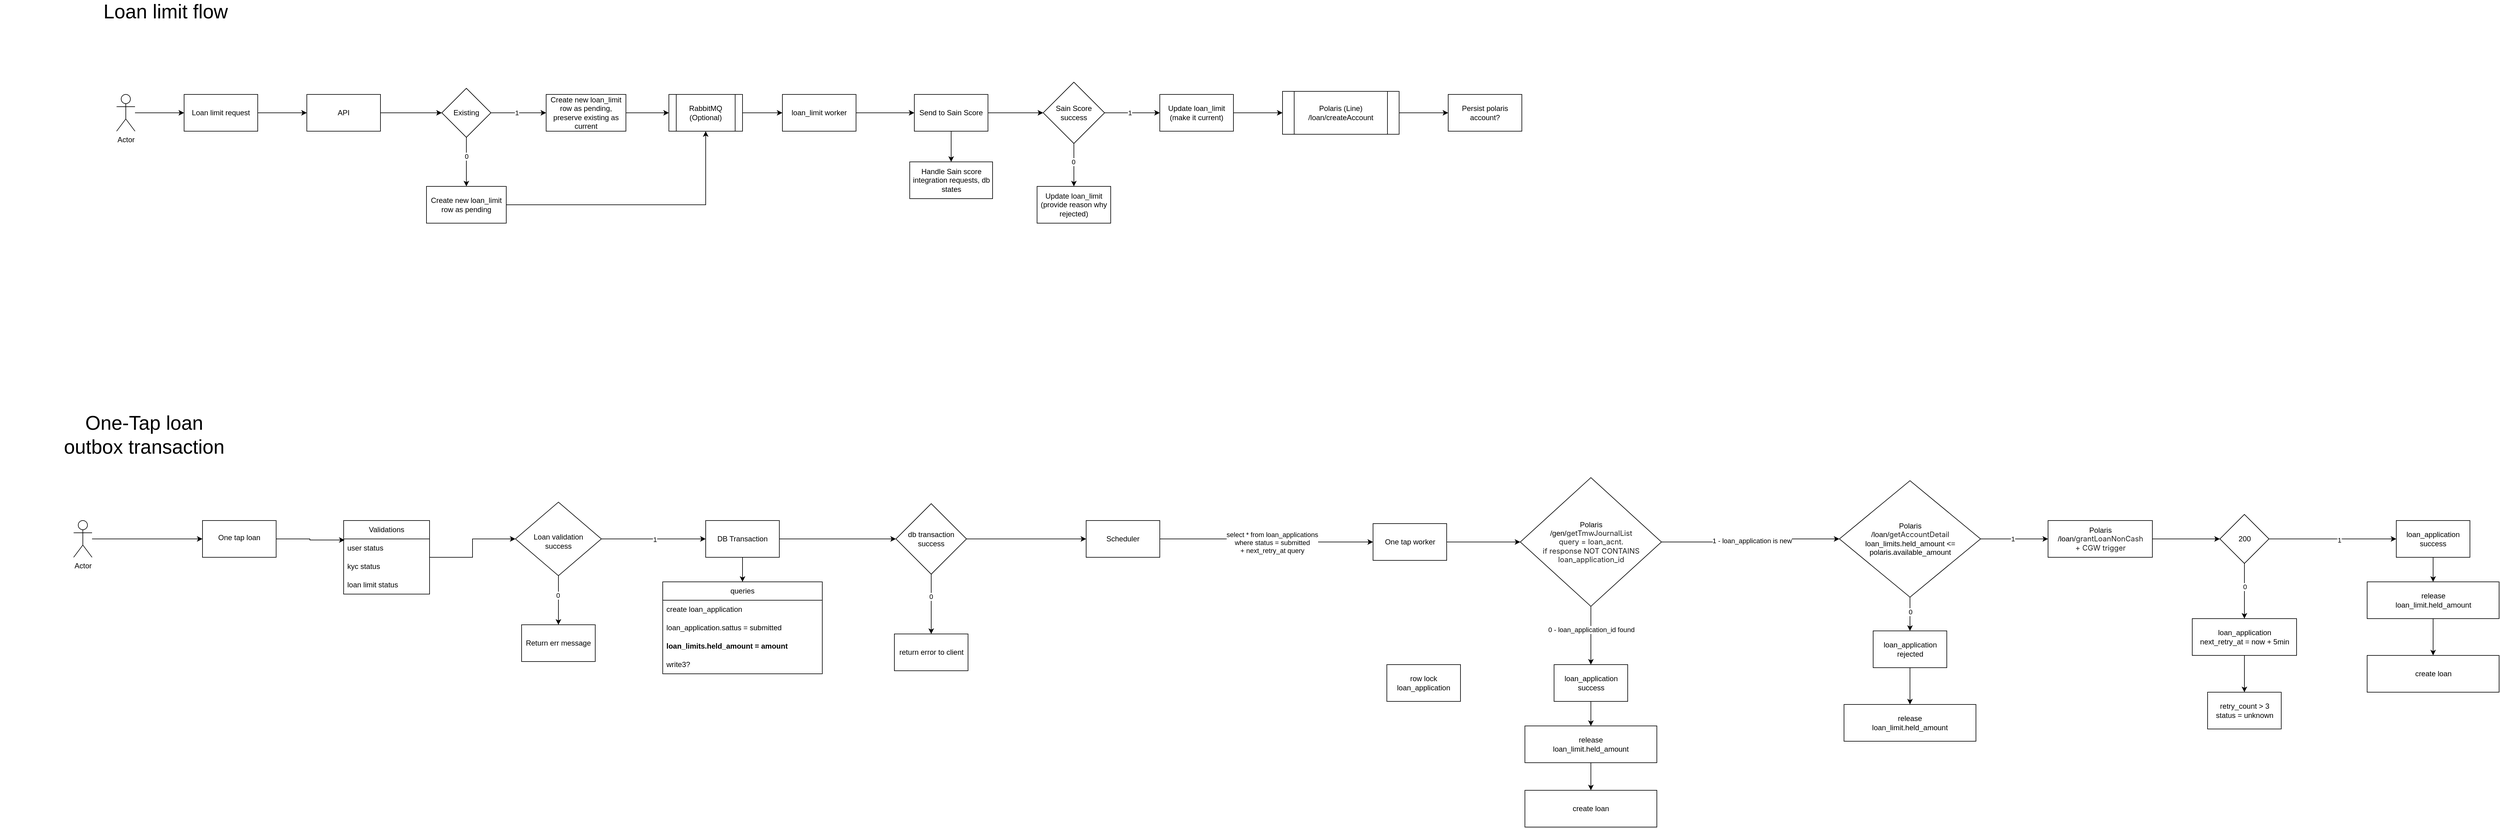
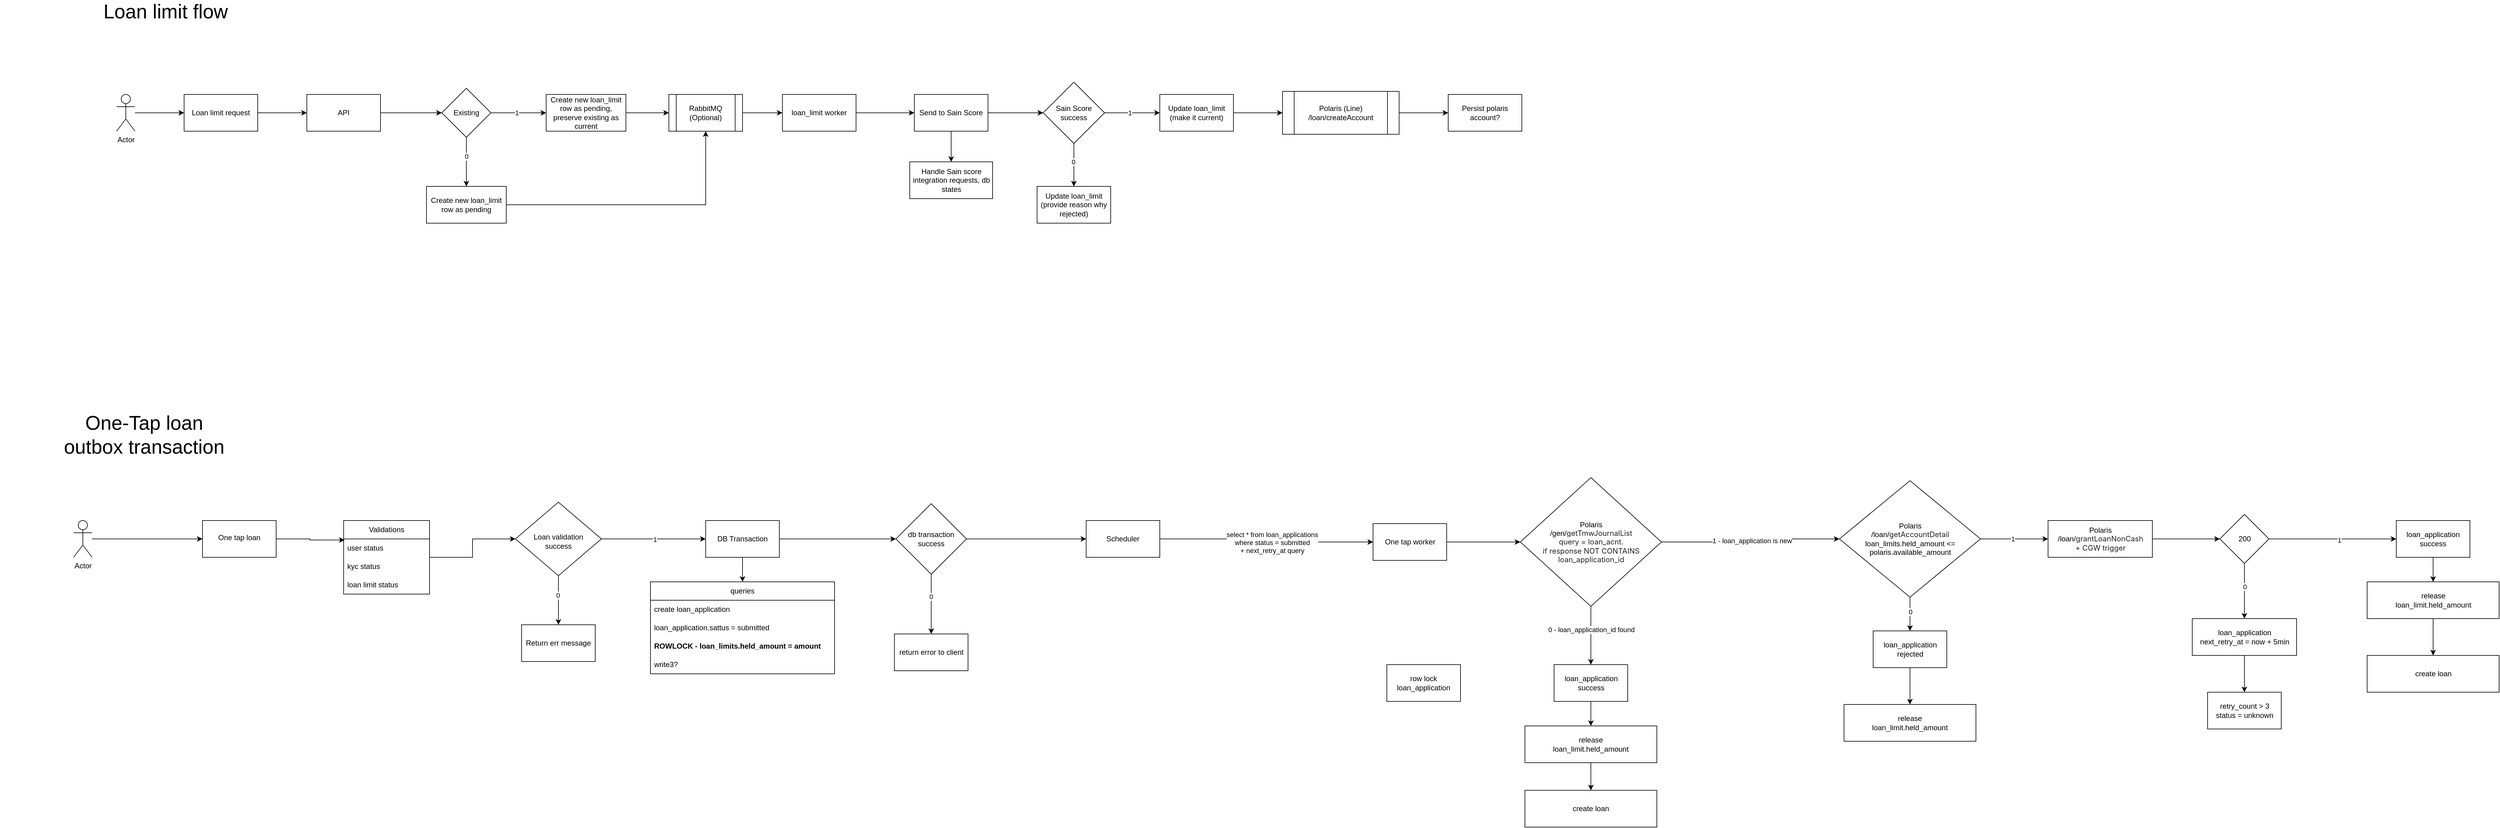
<mxfile host="app.diagrams.net">
  <diagram name="Page-1" id="VCBSuIh8bz7kurrQ0Zaz">
-     <mxGraphModel dx="2067" dy="712" grid="1" gridSize="10" guides="1" tooltips="1" connect="1" arrows="1" fold="1" page="1" pageScale="1" pageWidth="850" pageHeight="1100" math="0" shadow="0">
+     <mxGraphModel dx="1662" dy="475" grid="1" gridSize="10" guides="1" tooltips="1" connect="1" arrows="1" fold="1" page="1" pageScale="1" pageWidth="850" pageHeight="1100" math="0" shadow="0">
      <root>
        <mxCell id="0" />
        <mxCell id="1" parent="0" />
        <mxCell id="KqixbsF9o6dLofBvsG9t-5" edge="1" parent="1" source="KqixbsF9o6dLofBvsG9t-1" style="edgeStyle=orthogonalEdgeStyle;rounded=0;orthogonalLoop=1;jettySize=auto;html=1;" target="KqixbsF9o6dLofBvsG9t-4" value="">
          <mxGeometry relative="1" as="geometry" />
        </mxCell>
        <mxCell id="KqixbsF9o6dLofBvsG9t-1" parent="1" style="rounded=0;whiteSpace=wrap;html=1;" value="Loan limit request" vertex="1">
          <mxGeometry height="60" width="120" x="150" y="210" as="geometry" />
        </mxCell>
        <mxCell id="KqixbsF9o6dLofBvsG9t-3" edge="1" parent="1" source="KqixbsF9o6dLofBvsG9t-2" style="edgeStyle=orthogonalEdgeStyle;rounded=0;orthogonalLoop=1;jettySize=auto;html=1;" target="KqixbsF9o6dLofBvsG9t-1" value="">
          <mxGeometry relative="1" as="geometry" />
        </mxCell>
        <mxCell id="KqixbsF9o6dLofBvsG9t-2" parent="1" style="shape=umlActor;verticalLabelPosition=bottom;verticalAlign=top;html=1;outlineConnect=0;" value="Actor" vertex="1">
          <mxGeometry height="60" width="30" x="40" y="210" as="geometry" />
        </mxCell>
        <mxCell id="KqixbsF9o6dLofBvsG9t-9" edge="1" parent="1" source="KqixbsF9o6dLofBvsG9t-4" style="edgeStyle=orthogonalEdgeStyle;rounded=0;orthogonalLoop=1;jettySize=auto;html=1;" target="KqixbsF9o6dLofBvsG9t-8" value="">
          <mxGeometry relative="1" as="geometry" />
        </mxCell>
        <mxCell id="KqixbsF9o6dLofBvsG9t-4" parent="1" style="rounded=0;whiteSpace=wrap;html=1;" value="API" vertex="1">
          <mxGeometry height="60" width="120" x="350" y="210" as="geometry" />
        </mxCell>
        <mxCell id="KqixbsF9o6dLofBvsG9t-11" edge="1" parent="1" source="KqixbsF9o6dLofBvsG9t-8" style="edgeStyle=orthogonalEdgeStyle;rounded=0;orthogonalLoop=1;jettySize=auto;html=1;" target="KqixbsF9o6dLofBvsG9t-10" value="">
          <mxGeometry relative="1" as="geometry" />
        </mxCell>
        <mxCell id="KqixbsF9o6dLofBvsG9t-12" connectable="0" parent="KqixbsF9o6dLofBvsG9t-11" style="edgeLabel;html=1;align=center;verticalAlign=middle;resizable=0;points=[];" value="1" vertex="1">
          <mxGeometry relative="1" x="-0.079" as="geometry">
            <mxPoint as="offset" />
          </mxGeometry>
        </mxCell>
        <mxCell id="KqixbsF9o6dLofBvsG9t-14" edge="1" parent="1" source="KqixbsF9o6dLofBvsG9t-8" style="edgeStyle=orthogonalEdgeStyle;rounded=0;orthogonalLoop=1;jettySize=auto;html=1;" target="KqixbsF9o6dLofBvsG9t-13" value="">
          <mxGeometry relative="1" as="geometry" />
        </mxCell>
        <mxCell id="KqixbsF9o6dLofBvsG9t-15" connectable="0" parent="KqixbsF9o6dLofBvsG9t-14" style="edgeLabel;html=1;align=center;verticalAlign=middle;resizable=0;points=[];" value="0" vertex="1">
          <mxGeometry relative="1" x="-0.2407" as="geometry">
            <mxPoint as="offset" />
          </mxGeometry>
        </mxCell>
        <mxCell id="KqixbsF9o6dLofBvsG9t-8" parent="1" style="rhombus;whiteSpace=wrap;html=1;rounded=0;" value="Existing" vertex="1">
          <mxGeometry height="80" width="80" x="570" y="200" as="geometry" />
        </mxCell>
        <mxCell id="KqixbsF9o6dLofBvsG9t-23" edge="1" parent="1" source="KqixbsF9o6dLofBvsG9t-10" style="edgeStyle=orthogonalEdgeStyle;rounded=0;orthogonalLoop=1;jettySize=auto;html=1;" target="KqixbsF9o6dLofBvsG9t-22" value="">
          <mxGeometry relative="1" as="geometry" />
        </mxCell>
        <mxCell id="KqixbsF9o6dLofBvsG9t-10" parent="1" style="whiteSpace=wrap;html=1;rounded=0;" value="Create new loan_limit row as pending, preserve existing as current" vertex="1">
          <mxGeometry height="60" width="130" x="740" y="210" as="geometry" />
        </mxCell>
        <mxCell id="KqixbsF9o6dLofBvsG9t-26" edge="1" parent="1" source="KqixbsF9o6dLofBvsG9t-13" style="edgeStyle=orthogonalEdgeStyle;rounded=0;orthogonalLoop=1;jettySize=auto;html=1;entryX=0.5;entryY=1;entryDx=0;entryDy=0;" target="KqixbsF9o6dLofBvsG9t-22">
          <mxGeometry relative="1" as="geometry" />
        </mxCell>
        <mxCell id="KqixbsF9o6dLofBvsG9t-13" parent="1" style="whiteSpace=wrap;html=1;rounded=0;" value="Create new loan_limit row as pending" vertex="1">
          <mxGeometry height="60" width="130" x="545" y="360" as="geometry" />
        </mxCell>
        <mxCell id="KqixbsF9o6dLofBvsG9t-25" edge="1" parent="1" source="KqixbsF9o6dLofBvsG9t-22" style="edgeStyle=orthogonalEdgeStyle;rounded=0;orthogonalLoop=1;jettySize=auto;html=1;" target="KqixbsF9o6dLofBvsG9t-24" value="">
          <mxGeometry relative="1" as="geometry" />
        </mxCell>
        <mxCell id="KqixbsF9o6dLofBvsG9t-22" parent="1" style="shape=process;whiteSpace=wrap;html=1;backgroundOutline=1;rounded=0;" value="RabbitMQ (Optional)" vertex="1">
          <mxGeometry height="60" width="120" x="940" y="210" as="geometry" />
        </mxCell>
        <mxCell id="KqixbsF9o6dLofBvsG9t-28" edge="1" parent="1" source="KqixbsF9o6dLofBvsG9t-24" style="edgeStyle=orthogonalEdgeStyle;rounded=0;orthogonalLoop=1;jettySize=auto;html=1;" target="KqixbsF9o6dLofBvsG9t-27" value="">
          <mxGeometry relative="1" as="geometry" />
        </mxCell>
        <mxCell id="KqixbsF9o6dLofBvsG9t-24" parent="1" style="whiteSpace=wrap;html=1;rounded=0;" value="loan_limit worker" vertex="1">
          <mxGeometry height="60" width="120" x="1125" y="210" as="geometry" />
        </mxCell>
        <mxCell id="KqixbsF9o6dLofBvsG9t-30" edge="1" parent="1" source="KqixbsF9o6dLofBvsG9t-27" style="edgeStyle=orthogonalEdgeStyle;rounded=0;orthogonalLoop=1;jettySize=auto;html=1;" target="KqixbsF9o6dLofBvsG9t-29" value="">
          <mxGeometry relative="1" as="geometry" />
        </mxCell>
        <mxCell id="KqixbsF9o6dLofBvsG9t-38" edge="1" parent="1" source="KqixbsF9o6dLofBvsG9t-27" style="edgeStyle=orthogonalEdgeStyle;rounded=0;orthogonalLoop=1;jettySize=auto;html=1;" target="KqixbsF9o6dLofBvsG9t-37" value="">
          <mxGeometry relative="1" as="geometry" />
        </mxCell>
        <mxCell id="KqixbsF9o6dLofBvsG9t-27" parent="1" style="whiteSpace=wrap;html=1;rounded=0;" value="Send to Sain Score" vertex="1">
          <mxGeometry height="60" width="120" x="1340" y="210" as="geometry" />
        </mxCell>
        <mxCell id="KqixbsF9o6dLofBvsG9t-32" edge="1" parent="1" source="KqixbsF9o6dLofBvsG9t-29" style="edgeStyle=orthogonalEdgeStyle;rounded=0;orthogonalLoop=1;jettySize=auto;html=1;" target="KqixbsF9o6dLofBvsG9t-31" value="">
          <mxGeometry relative="1" as="geometry" />
        </mxCell>
        <mxCell id="KqixbsF9o6dLofBvsG9t-33" connectable="0" parent="KqixbsF9o6dLofBvsG9t-32" style="edgeLabel;html=1;align=center;verticalAlign=middle;resizable=0;points=[];" value="1" vertex="1">
          <mxGeometry relative="1" x="-0.1048" as="geometry">
            <mxPoint as="offset" />
          </mxGeometry>
        </mxCell>
        <mxCell id="KqixbsF9o6dLofBvsG9t-35" edge="1" parent="1" source="KqixbsF9o6dLofBvsG9t-29" style="edgeStyle=orthogonalEdgeStyle;rounded=0;orthogonalLoop=1;jettySize=auto;html=1;" target="KqixbsF9o6dLofBvsG9t-34" value="">
          <mxGeometry relative="1" as="geometry" />
        </mxCell>
        <mxCell id="KqixbsF9o6dLofBvsG9t-36" connectable="0" parent="KqixbsF9o6dLofBvsG9t-35" style="edgeLabel;html=1;align=center;verticalAlign=middle;resizable=0;points=[];" value="0" vertex="1">
          <mxGeometry relative="1" x="-0.1429" y="-1" as="geometry">
            <mxPoint as="offset" />
          </mxGeometry>
        </mxCell>
        <mxCell id="KqixbsF9o6dLofBvsG9t-29" parent="1" style="rhombus;whiteSpace=wrap;html=1;rounded=0;" value="Sain Score success" vertex="1">
          <mxGeometry height="100" width="100" x="1550" y="190" as="geometry" />
        </mxCell>
        <mxCell id="KqixbsF9o6dLofBvsG9t-66" edge="1" parent="1" source="KqixbsF9o6dLofBvsG9t-31" style="edgeStyle=orthogonalEdgeStyle;rounded=0;orthogonalLoop=1;jettySize=auto;html=1;" target="KqixbsF9o6dLofBvsG9t-65" value="">
          <mxGeometry relative="1" as="geometry" />
        </mxCell>
        <mxCell id="KqixbsF9o6dLofBvsG9t-31" parent="1" style="whiteSpace=wrap;html=1;rounded=0;" value="Update loan_limit (make it current)" vertex="1">
          <mxGeometry height="60" width="120" x="1740" y="210" as="geometry" />
        </mxCell>
        <mxCell id="KqixbsF9o6dLofBvsG9t-34" parent="1" style="whiteSpace=wrap;html=1;rounded=0;" value="Update loan_limit&lt;br&gt;(provide reason why rejected)" vertex="1">
          <mxGeometry height="60" width="120" x="1540" y="360" as="geometry" />
        </mxCell>
        <mxCell id="KqixbsF9o6dLofBvsG9t-37" parent="1" style="whiteSpace=wrap;html=1;rounded=0;" value="Handle Sain score integration requests, db states" vertex="1">
          <mxGeometry height="60" width="135" x="1332.5" y="320" as="geometry" />
        </mxCell>
        <mxCell id="KqixbsF9o6dLofBvsG9t-40" parent="1" style="text;html=1;whiteSpace=wrap;strokeColor=none;fillColor=none;align=center;verticalAlign=middle;rounded=0;fontSize=32;" value="Loan limit flow" vertex="1">
          <mxGeometry height="30" width="260" x="-10" y="60" as="geometry" />
        </mxCell>
        <mxCell id="KqixbsF9o6dLofBvsG9t-74" edge="1" parent="1" source="KqixbsF9o6dLofBvsG9t-65" style="edgeStyle=orthogonalEdgeStyle;rounded=0;orthogonalLoop=1;jettySize=auto;html=1;" target="KqixbsF9o6dLofBvsG9t-73" value="">
          <mxGeometry relative="1" as="geometry" />
        </mxCell>
        <mxCell id="KqixbsF9o6dLofBvsG9t-65" parent="1" style="shape=process;whiteSpace=wrap;html=1;backgroundOutline=1;rounded=0;" value="Polaris (Line)&lt;br&gt;/loan/createAccount" vertex="1">
          <mxGeometry height="70" width="190" x="1940" y="205" as="geometry" />
        </mxCell>
        <mxCell id="KqixbsF9o6dLofBvsG9t-73" parent="1" style="whiteSpace=wrap;html=1;rounded=0;" value="Persist polaris account?" vertex="1">
          <mxGeometry height="60" width="120" x="2210" y="210" as="geometry" />
        </mxCell>
        <mxCell id="U8Ajh8Gpa-m2DNKNFQys-1" parent="1" style="text;html=1;whiteSpace=wrap;strokeColor=none;fillColor=none;align=center;verticalAlign=middle;rounded=0;fontSize=32;" value="One-Tap loan&lt;br&gt;outbox transaction" vertex="1">
          <mxGeometry height="30" width="470" x="-150" y="750" as="geometry" />
        </mxCell>
        <mxCell id="In8fDh9ZLN2M87an2Miy-1" edge="1" parent="1" source="In8fDh9ZLN2M87an2Miy-2" style="edgeStyle=orthogonalEdgeStyle;rounded=0;orthogonalLoop=1;jettySize=auto;html=1;" target="In8fDh9ZLN2M87an2Miy-4" value="">
          <mxGeometry relative="1" as="geometry" />
        </mxCell>
        <mxCell id="In8fDh9ZLN2M87an2Miy-2" parent="1" style="shape=umlActor;verticalLabelPosition=bottom;verticalAlign=top;html=1;outlineConnect=0;" value="Actor" vertex="1">
          <mxGeometry height="60" width="30" x="-30" y="905" as="geometry" />
        </mxCell>
        <mxCell id="In8fDh9ZLN2M87an2Miy-3" edge="1" parent="1" source="In8fDh9ZLN2M87an2Miy-4" style="edgeStyle=orthogonalEdgeStyle;rounded=0;orthogonalLoop=1;jettySize=auto;html=1;entryX=0.011;entryY=0.06;entryDx=0;entryDy=0;entryPerimeter=0;" target="In8fDh9ZLN2M87an2Miy-28" value="">
          <mxGeometry relative="1" as="geometry">
            <mxPoint x="390" y="935" as="targetPoint" />
          </mxGeometry>
        </mxCell>
        <mxCell id="In8fDh9ZLN2M87an2Miy-4" parent="1" style="whiteSpace=wrap;html=1;verticalAlign=top;" value="&lt;div&gt;&lt;br&gt;&lt;/div&gt;&lt;div&gt;One tap loan&lt;/div&gt;" vertex="1">
          <mxGeometry height="60" width="120" x="180" y="905" as="geometry" />
        </mxCell>
        <mxCell id="In8fDh9ZLN2M87an2Miy-5" edge="1" parent="1" source="In8fDh9ZLN2M87an2Miy-9" style="edgeStyle=orthogonalEdgeStyle;rounded=0;orthogonalLoop=1;jettySize=auto;html=1;" target="In8fDh9ZLN2M87an2Miy-12" value="">
          <mxGeometry relative="1" as="geometry" />
        </mxCell>
        <mxCell id="In8fDh9ZLN2M87an2Miy-6" connectable="0" parent="In8fDh9ZLN2M87an2Miy-5" style="edgeLabel;html=1;align=center;verticalAlign=middle;resizable=0;points=[];" value="1" vertex="1">
          <mxGeometry relative="1" x="0.0162" y="-1" as="geometry">
            <mxPoint as="offset" />
          </mxGeometry>
        </mxCell>
        <mxCell id="In8fDh9ZLN2M87an2Miy-7" edge="1" parent="1" source="In8fDh9ZLN2M87an2Miy-9" style="edgeStyle=orthogonalEdgeStyle;rounded=0;orthogonalLoop=1;jettySize=auto;html=1;" target="In8fDh9ZLN2M87an2Miy-13" value="">
          <mxGeometry relative="1" as="geometry" />
        </mxCell>
        <mxCell id="In8fDh9ZLN2M87an2Miy-8" connectable="0" parent="In8fDh9ZLN2M87an2Miy-7" style="edgeLabel;html=1;align=center;verticalAlign=middle;resizable=0;points=[];" value="0" vertex="1">
          <mxGeometry relative="1" x="-0.2091" y="-1" as="geometry">
            <mxPoint as="offset" />
          </mxGeometry>
        </mxCell>
        <mxCell id="In8fDh9ZLN2M87an2Miy-9" parent="1" style="rhombus;whiteSpace=wrap;html=1;verticalAlign=top;" value="&lt;br&gt;&lt;br&gt;&lt;div&gt;&lt;br&gt;&lt;/div&gt;&lt;div&gt;Loan validation&lt;br&gt;success&lt;/div&gt;" vertex="1">
          <mxGeometry height="120" width="140" x="690" y="875" as="geometry" />
        </mxCell>
        <mxCell id="In8fDh9ZLN2M87an2Miy-10" edge="1" parent="1" source="In8fDh9ZLN2M87an2Miy-12" style="edgeStyle=orthogonalEdgeStyle;rounded=0;orthogonalLoop=1;jettySize=auto;html=1;entryX=0.5;entryY=0;entryDx=0;entryDy=0;" target="In8fDh9ZLN2M87an2Miy-14">
          <mxGeometry relative="1" as="geometry" />
        </mxCell>
        <mxCell id="In8fDh9ZLN2M87an2Miy-54" edge="1" parent="1" source="In8fDh9ZLN2M87an2Miy-105" style="edgeStyle=orthogonalEdgeStyle;rounded=0;orthogonalLoop=1;jettySize=auto;html=1;exitX=1;exitY=0.5;exitDx=0;exitDy=0;" target="In8fDh9ZLN2M87an2Miy-53" value="">
          <mxGeometry relative="1" as="geometry">
            <mxPoint x="1830" y="940" as="sourcePoint" />
          </mxGeometry>
        </mxCell>
        <mxCell id="In8fDh9ZLN2M87an2Miy-55" connectable="0" parent="In8fDh9ZLN2M87an2Miy-54" style="edgeLabel;html=1;align=center;verticalAlign=middle;resizable=0;points=[];" value="select * from loan_applications&lt;br&gt;where status = submitted&lt;br&gt;+ next_retry_at query" vertex="1">
          <mxGeometry relative="1" x="0.0637" y="-1" as="geometry">
            <mxPoint as="offset" />
          </mxGeometry>
        </mxCell>
        <mxCell id="In8fDh9ZLN2M87an2Miy-99" edge="1" parent="1" source="In8fDh9ZLN2M87an2Miy-12" style="edgeStyle=orthogonalEdgeStyle;rounded=0;orthogonalLoop=1;jettySize=auto;html=1;" target="In8fDh9ZLN2M87an2Miy-98" value="">
          <mxGeometry relative="1" as="geometry" />
        </mxCell>
        <mxCell id="In8fDh9ZLN2M87an2Miy-12" parent="1" style="whiteSpace=wrap;html=1;verticalAlign=middle;" value="DB Transaction" vertex="1">
          <mxGeometry height="60" width="120" x="1000" y="905" as="geometry" />
        </mxCell>
        <mxCell id="In8fDh9ZLN2M87an2Miy-13" parent="1" style="whiteSpace=wrap;html=1;verticalAlign=middle;" value="Return err message" vertex="1">
          <mxGeometry height="60" width="120" x="700" y="1075" as="geometry" />
        </mxCell>
        <mxCell id="In8fDh9ZLN2M87an2Miy-14" parent="1" style="swimlane;fontStyle=0;childLayout=stackLayout;horizontal=1;startSize=30;horizontalStack=0;resizeParent=1;resizeParentMax=0;resizeLast=0;collapsible=1;marginBottom=0;whiteSpace=wrap;html=1;" value="queries" vertex="1">
-           <mxGeometry height="150" width="260" x="930" y="1005" as="geometry" />
+           <mxGeometry height="150" width="300" x="910" y="1005" as="geometry" />
        </mxCell>
        <mxCell id="In8fDh9ZLN2M87an2Miy-15" parent="In8fDh9ZLN2M87an2Miy-14" style="text;strokeColor=none;fillColor=none;align=left;verticalAlign=middle;spacingLeft=4;spacingRight=4;overflow=hidden;points=[[0,0.5],[1,0.5]];portConstraint=eastwest;rotatable=0;whiteSpace=wrap;html=1;" value="create loan_application" vertex="1">
-           <mxGeometry height="30" width="260" y="30" as="geometry" />
+           <mxGeometry height="30" width="300" y="30" as="geometry" />
        </mxCell>
        <mxCell id="In8fDh9ZLN2M87an2Miy-104" parent="In8fDh9ZLN2M87an2Miy-14" style="text;strokeColor=none;fillColor=none;align=left;verticalAlign=middle;spacingLeft=4;spacingRight=4;overflow=hidden;points=[[0,0.5],[1,0.5]];portConstraint=eastwest;rotatable=0;whiteSpace=wrap;html=1;" value="loan_application.sattus = submitted" vertex="1">
-           <mxGeometry height="30" width="260" y="60" as="geometry" />
-         </mxCell>
-         <mxCell id="In8fDh9ZLN2M87an2Miy-16" parent="In8fDh9ZLN2M87an2Miy-14" style="text;strokeColor=none;fillColor=none;align=left;verticalAlign=middle;spacingLeft=4;spacingRight=4;overflow=hidden;points=[[0,0.5],[1,0.5]];portConstraint=eastwest;rotatable=0;whiteSpace=wrap;html=1;fontStyle=1" value="loan_limits.held_amount = amount" vertex="1">
-           <mxGeometry height="30" width="260" y="90" as="geometry" />
+           <mxGeometry height="30" width="300" y="60" as="geometry" />
+         </mxCell>
+         <mxCell id="In8fDh9ZLN2M87an2Miy-16" parent="In8fDh9ZLN2M87an2Miy-14" style="text;strokeColor=none;fillColor=none;align=left;verticalAlign=middle;spacingLeft=4;spacingRight=4;overflow=hidden;points=[[0,0.5],[1,0.5]];portConstraint=eastwest;rotatable=0;whiteSpace=wrap;html=1;fontStyle=1" value="ROWLOCK - loan_limits.held_amount = amount" vertex="1">
+           <mxGeometry height="30" width="300" y="90" as="geometry" />
        </mxCell>
        <mxCell id="In8fDh9ZLN2M87an2Miy-17" parent="In8fDh9ZLN2M87an2Miy-14" style="text;strokeColor=none;fillColor=none;align=left;verticalAlign=middle;spacingLeft=4;spacingRight=4;overflow=hidden;points=[[0,0.5],[1,0.5]];portConstraint=eastwest;rotatable=0;whiteSpace=wrap;html=1;" value="write3?" vertex="1">
-           <mxGeometry height="30" width="260" y="120" as="geometry" />
+           <mxGeometry height="30" width="300" y="120" as="geometry" />
        </mxCell>
        <mxCell id="In8fDh9ZLN2M87an2Miy-32" edge="1" parent="1" source="In8fDh9ZLN2M87an2Miy-27" style="edgeStyle=orthogonalEdgeStyle;rounded=0;orthogonalLoop=1;jettySize=auto;html=1;entryX=0;entryY=0.5;entryDx=0;entryDy=0;" target="In8fDh9ZLN2M87an2Miy-9">
          <mxGeometry relative="1" as="geometry" />
        </mxCell>
        <mxCell id="In8fDh9ZLN2M87an2Miy-27" parent="1" style="swimlane;fontStyle=0;childLayout=stackLayout;horizontal=1;startSize=30;horizontalStack=0;resizeParent=1;resizeParentMax=0;resizeLast=0;collapsible=1;marginBottom=0;whiteSpace=wrap;html=1;" value="Validations" vertex="1">
          <mxGeometry height="120" width="140" x="410" y="905" as="geometry" />
        </mxCell>
        <mxCell id="In8fDh9ZLN2M87an2Miy-28" parent="In8fDh9ZLN2M87an2Miy-27" style="text;strokeColor=none;fillColor=none;align=left;verticalAlign=middle;spacingLeft=4;spacingRight=4;overflow=hidden;points=[[0,0.5],[1,0.5]];portConstraint=eastwest;rotatable=0;whiteSpace=wrap;html=1;" value="user status" vertex="1">
          <mxGeometry height="30" width="140" y="30" as="geometry" />
        </mxCell>
        <mxCell id="In8fDh9ZLN2M87an2Miy-29" parent="In8fDh9ZLN2M87an2Miy-27" style="text;strokeColor=none;fillColor=none;align=left;verticalAlign=middle;spacingLeft=4;spacingRight=4;overflow=hidden;points=[[0,0.5],[1,0.5]];portConstraint=eastwest;rotatable=0;whiteSpace=wrap;html=1;" value="kyc status" vertex="1">
          <mxGeometry height="30" width="140" y="60" as="geometry" />
        </mxCell>
        <mxCell id="In8fDh9ZLN2M87an2Miy-33" parent="In8fDh9ZLN2M87an2Miy-27" style="text;strokeColor=none;fillColor=none;align=left;verticalAlign=middle;spacingLeft=4;spacingRight=4;overflow=hidden;points=[[0,0.5],[1,0.5]];portConstraint=eastwest;rotatable=0;whiteSpace=wrap;html=1;" value="loan limit status" vertex="1">
          <mxGeometry height="30" width="140" y="90" as="geometry" />
        </mxCell>
        <mxCell id="In8fDh9ZLN2M87an2Miy-70" edge="1" parent="1" source="In8fDh9ZLN2M87an2Miy-53" style="edgeStyle=orthogonalEdgeStyle;rounded=0;orthogonalLoop=1;jettySize=auto;html=1;entryX=0;entryY=0.5;entryDx=0;entryDy=0;" target="In8fDh9ZLN2M87an2Miy-69">
          <mxGeometry relative="1" as="geometry" />
        </mxCell>
        <mxCell id="In8fDh9ZLN2M87an2Miy-53" parent="1" style="whiteSpace=wrap;html=1;" value="One tap worker" vertex="1">
          <mxGeometry height="60" width="120" x="2087.5" y="910" as="geometry" />
        </mxCell>
        <mxCell id="In8fDh9ZLN2M87an2Miy-67" edge="1" parent="1" source="In8fDh9ZLN2M87an2Miy-58" style="edgeStyle=orthogonalEdgeStyle;rounded=0;orthogonalLoop=1;jettySize=auto;html=1;entryX=0;entryY=0.5;entryDx=0;entryDy=0;" target="In8fDh9ZLN2M87an2Miy-66" value="">
          <mxGeometry relative="1" as="geometry">
            <mxPoint x="3482.5" y="935" as="targetPoint" />
          </mxGeometry>
        </mxCell>
        <mxCell id="In8fDh9ZLN2M87an2Miy-58" parent="1" style="whiteSpace=wrap;html=1;" value="Polaris /loan/&lt;span style=&quot;color: rgb(33, 33, 33); font-family: Inter, system-ui, -apple-system, &amp;quot;system-ui&amp;quot;, &amp;quot;Segoe UI&amp;quot;, Roboto, Oxygen, Ubuntu, Cantarell, &amp;quot;Fira Sans&amp;quot;, &amp;quot;Droid Sans&amp;quot;, Helvetica, Arial, sans-serif; text-align: left; white-space: pre-wrap; background-color: rgb(255, 255, 255);&quot;&gt;grantLoanNonCash&lt;br/&gt;+ CGW trigger&lt;/span&gt;" vertex="1">
          <mxGeometry height="60" width="170" x="3187.5" y="905" as="geometry" />
        </mxCell>
        <mxCell id="In8fDh9ZLN2M87an2Miy-62" edge="1" parent="1" source="In8fDh9ZLN2M87an2Miy-59" style="edgeStyle=orthogonalEdgeStyle;rounded=0;orthogonalLoop=1;jettySize=auto;html=1;" target="In8fDh9ZLN2M87an2Miy-61" value="">
          <mxGeometry relative="1" as="geometry" />
        </mxCell>
        <mxCell id="In8fDh9ZLN2M87an2Miy-91" connectable="0" parent="In8fDh9ZLN2M87an2Miy-62" style="edgeLabel;html=1;align=center;verticalAlign=middle;resizable=0;points=[];" value="0" vertex="1">
          <mxGeometry relative="1" x="-0.1431" as="geometry">
            <mxPoint as="offset" />
          </mxGeometry>
        </mxCell>
        <mxCell id="In8fDh9ZLN2M87an2Miy-65" edge="1" parent="1" source="In8fDh9ZLN2M87an2Miy-59" style="edgeStyle=orthogonalEdgeStyle;rounded=0;orthogonalLoop=1;jettySize=auto;html=1;" target="In8fDh9ZLN2M87an2Miy-58">
          <mxGeometry relative="1" as="geometry" />
        </mxCell>
        <mxCell id="In8fDh9ZLN2M87an2Miy-90" connectable="0" parent="In8fDh9ZLN2M87an2Miy-65" style="edgeLabel;html=1;align=center;verticalAlign=middle;resizable=0;points=[];" value="1" vertex="1">
          <mxGeometry relative="1" x="-0.0451" as="geometry">
            <mxPoint as="offset" />
          </mxGeometry>
        </mxCell>
        <mxCell id="In8fDh9ZLN2M87an2Miy-59" parent="1" style="rhombus;whiteSpace=wrap;html=1;" value="Polaris&lt;br&gt;/loan/&lt;span style=&quot;color: rgb(33, 33, 33); font-family: Inter, system-ui, -apple-system, &amp;quot;system-ui&amp;quot;, &amp;quot;Segoe UI&amp;quot;, Roboto, Oxygen, Ubuntu, Cantarell, &amp;quot;Fira Sans&amp;quot;, &amp;quot;Droid Sans&amp;quot;, Helvetica, Arial, sans-serif; text-align: left; white-space: pre-wrap; background-color: rgb(255, 255, 255);&quot;&gt;getAccountDetail&lt;/span&gt;&lt;br&gt;loan_limits.held_amount &amp;lt;= polaris.available_amount" vertex="1">
          <mxGeometry height="190" width="230" x="2847.5" y="840" as="geometry" />
        </mxCell>
        <mxCell id="In8fDh9ZLN2M87an2Miy-64" edge="1" parent="1" source="In8fDh9ZLN2M87an2Miy-61" style="edgeStyle=orthogonalEdgeStyle;rounded=0;orthogonalLoop=1;jettySize=auto;html=1;" target="In8fDh9ZLN2M87an2Miy-63" value="">
          <mxGeometry relative="1" as="geometry" />
        </mxCell>
        <mxCell id="In8fDh9ZLN2M87an2Miy-61" parent="1" style="whiteSpace=wrap;html=1;" value="loan_application&lt;br&gt;rejected" vertex="1">
          <mxGeometry height="60" width="120" x="2902.5" y="1085" as="geometry" />
        </mxCell>
        <mxCell id="In8fDh9ZLN2M87an2Miy-63" parent="1" style="whiteSpace=wrap;html=1;" value="release &lt;br&gt;loan_limit.held_amount" vertex="1">
          <mxGeometry height="60" width="215" x="2855" y="1205" as="geometry" />
        </mxCell>
        <mxCell id="In8fDh9ZLN2M87an2Miy-81" edge="1" parent="1" source="In8fDh9ZLN2M87an2Miy-66" style="edgeStyle=orthogonalEdgeStyle;rounded=0;orthogonalLoop=1;jettySize=auto;html=1;entryX=0;entryY=0.5;entryDx=0;entryDy=0;" target="In8fDh9ZLN2M87an2Miy-79">
          <mxGeometry relative="1" as="geometry" />
        </mxCell>
        <mxCell id="In8fDh9ZLN2M87an2Miy-92" connectable="0" parent="In8fDh9ZLN2M87an2Miy-81" style="edgeLabel;html=1;align=center;verticalAlign=middle;resizable=0;points=[];" value="1" vertex="1">
          <mxGeometry relative="1" x="0.1055" y="-2" as="geometry">
            <mxPoint as="offset" />
          </mxGeometry>
        </mxCell>
        <mxCell id="In8fDh9ZLN2M87an2Miy-83" edge="1" parent="1" source="In8fDh9ZLN2M87an2Miy-66" style="edgeStyle=orthogonalEdgeStyle;rounded=0;orthogonalLoop=1;jettySize=auto;html=1;" target="In8fDh9ZLN2M87an2Miy-82" value="">
          <mxGeometry relative="1" as="geometry" />
        </mxCell>
        <mxCell id="In8fDh9ZLN2M87an2Miy-93" connectable="0" parent="In8fDh9ZLN2M87an2Miy-83" style="edgeLabel;html=1;align=center;verticalAlign=middle;resizable=0;points=[];" value="0" vertex="1">
          <mxGeometry relative="1" x="-0.1623" as="geometry">
            <mxPoint as="offset" />
          </mxGeometry>
        </mxCell>
        <mxCell id="In8fDh9ZLN2M87an2Miy-66" parent="1" style="rhombus;whiteSpace=wrap;html=1;" value="200" vertex="1">
          <mxGeometry height="80" width="80" x="3467.5" y="895" as="geometry" />
        </mxCell>
        <mxCell id="In8fDh9ZLN2M87an2Miy-68" parent="1" style="whiteSpace=wrap;html=1;" value="row lock&lt;br&gt;loan_application" vertex="1">
          <mxGeometry height="60" width="120" x="2110" y="1140" as="geometry" />
        </mxCell>
        <mxCell id="In8fDh9ZLN2M87an2Miy-71" edge="1" parent="1" source="In8fDh9ZLN2M87an2Miy-69" style="edgeStyle=orthogonalEdgeStyle;rounded=0;orthogonalLoop=1;jettySize=auto;html=1;entryX=0;entryY=0.5;entryDx=0;entryDy=0;" target="In8fDh9ZLN2M87an2Miy-59">
          <mxGeometry relative="1" as="geometry" />
        </mxCell>
        <mxCell id="In8fDh9ZLN2M87an2Miy-77" connectable="0" parent="In8fDh9ZLN2M87an2Miy-71" style="edgeLabel;html=1;align=center;verticalAlign=middle;resizable=0;points=[];" value="1 - loan_application is new" vertex="1">
          <mxGeometry relative="1" x="0.0312" y="-3" as="geometry">
            <mxPoint as="offset" />
          </mxGeometry>
        </mxCell>
        <mxCell id="In8fDh9ZLN2M87an2Miy-73" edge="1" parent="1" source="In8fDh9ZLN2M87an2Miy-69" style="edgeStyle=orthogonalEdgeStyle;rounded=0;orthogonalLoop=1;jettySize=auto;html=1;" target="In8fDh9ZLN2M87an2Miy-72" value="">
          <mxGeometry relative="1" as="geometry" />
        </mxCell>
        <mxCell id="In8fDh9ZLN2M87an2Miy-74" connectable="0" parent="In8fDh9ZLN2M87an2Miy-73" style="edgeLabel;html=1;align=center;verticalAlign=middle;resizable=0;points=[];" value="0 - loan_application_id found" vertex="1">
          <mxGeometry relative="1" x="-0.1975" as="geometry">
            <mxPoint as="offset" />
          </mxGeometry>
        </mxCell>
        <mxCell id="In8fDh9ZLN2M87an2Miy-69" parent="1" style="rhombus;whiteSpace=wrap;html=1;" value="Polaris&lt;br&gt;/gen/&lt;span style=&quot;white-space: pre-wrap; color: rgb(33, 33, 33); font-family: Inter, system-ui, -apple-system, &amp;quot;system-ui&amp;quot;, &amp;quot;Segoe UI&amp;quot;, Roboto, Oxygen, Ubuntu, Cantarell, &amp;quot;Fira Sans&amp;quot;, &amp;quot;Droid Sans&amp;quot;, Helvetica, Arial, sans-serif; text-align: left; background-color: rgb(255, 255, 255);&quot;&gt;getTmwJournalList&lt;br&gt;query = loan_acnt.&lt;br&gt;if response NOT CONTAINS&lt;br&gt;loan_application_id&lt;/span&gt;" vertex="1">
          <mxGeometry height="210" width="230" x="2327.5" y="835" as="geometry" />
        </mxCell>
        <mxCell id="In8fDh9ZLN2M87an2Miy-76" edge="1" parent="1" source="In8fDh9ZLN2M87an2Miy-72" style="edgeStyle=orthogonalEdgeStyle;rounded=0;orthogonalLoop=1;jettySize=auto;html=1;" target="In8fDh9ZLN2M87an2Miy-75" value="">
          <mxGeometry relative="1" as="geometry" />
        </mxCell>
        <mxCell id="In8fDh9ZLN2M87an2Miy-72" parent="1" style="whiteSpace=wrap;html=1;" value="loan_application&lt;br&gt;success" vertex="1">
          <mxGeometry height="60" width="120" x="2382.5" y="1140" as="geometry" />
        </mxCell>
        <mxCell id="In8fDh9ZLN2M87an2Miy-85" edge="1" parent="1" source="In8fDh9ZLN2M87an2Miy-75" style="edgeStyle=orthogonalEdgeStyle;rounded=0;orthogonalLoop=1;jettySize=auto;html=1;" target="In8fDh9ZLN2M87an2Miy-84" value="">
          <mxGeometry relative="1" as="geometry" />
        </mxCell>
        <mxCell id="In8fDh9ZLN2M87an2Miy-75" parent="1" style="whiteSpace=wrap;html=1;" value="release &lt;br&gt;loan_limit.held_amount" vertex="1">
          <mxGeometry height="60" width="215" x="2335" y="1240" as="geometry" />
        </mxCell>
        <mxCell id="In8fDh9ZLN2M87an2Miy-78" edge="1" parent="1" source="In8fDh9ZLN2M87an2Miy-79" style="edgeStyle=orthogonalEdgeStyle;rounded=0;orthogonalLoop=1;jettySize=auto;html=1;" target="In8fDh9ZLN2M87an2Miy-80" value="">
          <mxGeometry relative="1" as="geometry" />
        </mxCell>
        <mxCell id="In8fDh9ZLN2M87an2Miy-79" parent="1" style="whiteSpace=wrap;html=1;" value="loan_application&lt;br&gt;success" vertex="1">
          <mxGeometry height="60" width="120" x="3755" y="905" as="geometry" />
        </mxCell>
        <mxCell id="In8fDh9ZLN2M87an2Miy-89" edge="1" parent="1" source="In8fDh9ZLN2M87an2Miy-80" style="edgeStyle=orthogonalEdgeStyle;rounded=0;orthogonalLoop=1;jettySize=auto;html=1;" target="In8fDh9ZLN2M87an2Miy-88" value="">
          <mxGeometry relative="1" as="geometry" />
        </mxCell>
        <mxCell id="In8fDh9ZLN2M87an2Miy-80" parent="1" style="whiteSpace=wrap;html=1;" value="release &lt;br&gt;loan_limit.held_amount" vertex="1">
          <mxGeometry height="60" width="215" x="3707.5" y="1005" as="geometry" />
        </mxCell>
        <mxCell id="In8fDh9ZLN2M87an2Miy-95" edge="1" parent="1" source="In8fDh9ZLN2M87an2Miy-82" style="edgeStyle=orthogonalEdgeStyle;rounded=0;orthogonalLoop=1;jettySize=auto;html=1;" target="In8fDh9ZLN2M87an2Miy-94" value="">
          <mxGeometry relative="1" as="geometry" />
        </mxCell>
        <mxCell id="In8fDh9ZLN2M87an2Miy-82" parent="1" style="whiteSpace=wrap;html=1;" value="loan_application&lt;br&gt;next_retry_at = now + 5min" vertex="1">
          <mxGeometry height="60" width="170" x="3422.5" y="1065" as="geometry" />
        </mxCell>
        <mxCell id="In8fDh9ZLN2M87an2Miy-84" parent="1" style="whiteSpace=wrap;html=1;" value="create loan" vertex="1">
          <mxGeometry height="60" width="215" x="2335" y="1345" as="geometry" />
        </mxCell>
        <mxCell id="In8fDh9ZLN2M87an2Miy-88" parent="1" style="whiteSpace=wrap;html=1;" value="create loan" vertex="1">
          <mxGeometry height="60" width="215" x="3707.5" y="1125" as="geometry" />
        </mxCell>
        <mxCell id="In8fDh9ZLN2M87an2Miy-94" parent="1" style="whiteSpace=wrap;html=1;" value="retry_count &amp;gt; 3&lt;br&gt;status = unknown" vertex="1">
          <mxGeometry height="60" width="120" x="3447.5" y="1185" as="geometry" />
        </mxCell>
        <mxCell id="In8fDh9ZLN2M87an2Miy-101" edge="1" parent="1" source="In8fDh9ZLN2M87an2Miy-98" style="edgeStyle=orthogonalEdgeStyle;rounded=0;orthogonalLoop=1;jettySize=auto;html=1;" target="In8fDh9ZLN2M87an2Miy-100" value="">
          <mxGeometry relative="1" as="geometry" />
        </mxCell>
        <mxCell id="In8fDh9ZLN2M87an2Miy-103" connectable="0" parent="In8fDh9ZLN2M87an2Miy-101" style="edgeLabel;html=1;align=center;verticalAlign=middle;resizable=0;points=[];" value="0" vertex="1">
          <mxGeometry relative="1" x="-0.2536" y="-1" as="geometry">
            <mxPoint as="offset" />
          </mxGeometry>
        </mxCell>
        <mxCell id="In8fDh9ZLN2M87an2Miy-106" edge="1" parent="1" source="In8fDh9ZLN2M87an2Miy-98" style="edgeStyle=orthogonalEdgeStyle;rounded=0;orthogonalLoop=1;jettySize=auto;html=1;entryX=0;entryY=0.5;entryDx=0;entryDy=0;" target="In8fDh9ZLN2M87an2Miy-105">
          <mxGeometry relative="1" as="geometry" />
        </mxCell>
        <mxCell id="In8fDh9ZLN2M87an2Miy-98" parent="1" style="rhombus;whiteSpace=wrap;html=1;" value="db transaction success" vertex="1">
          <mxGeometry height="115" width="115" x="1310" y="877.5" as="geometry" />
        </mxCell>
        <mxCell id="In8fDh9ZLN2M87an2Miy-100" parent="1" style="whiteSpace=wrap;html=1;" value="return error to client" vertex="1">
          <mxGeometry height="60" width="120" x="1307.5" y="1090" as="geometry" />
        </mxCell>
        <mxCell id="In8fDh9ZLN2M87an2Miy-105" parent="1" style="rounded=0;whiteSpace=wrap;html=1;" value="Scheduler" vertex="1">
          <mxGeometry height="60" width="120" x="1620" y="905" as="geometry" />
        </mxCell>
      </root>
    </mxGraphModel>
  </diagram>
</mxfile>
